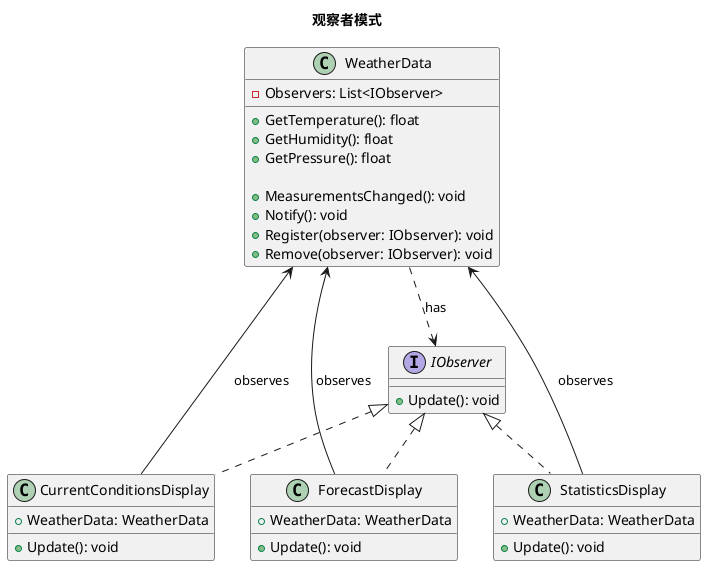
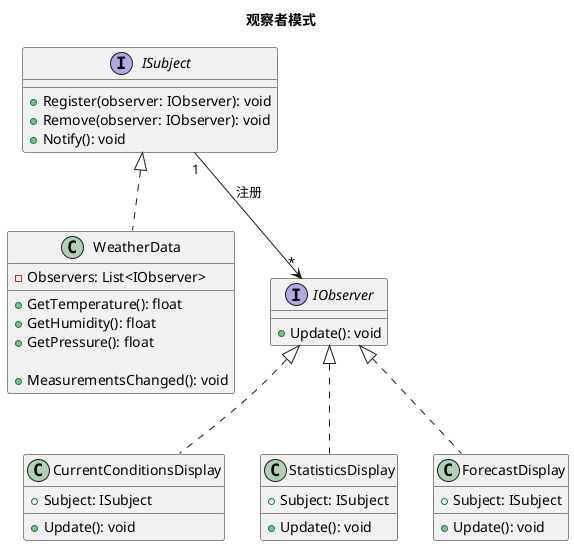
@startuml 观察者模式
title 观察者模式

- class WeatherData {
+ interface ISubject {
+     + Register(observer: IObserver): void
+     + Remove(observer: IObserver): void
+     + Notify(): void
+ }
+ 
+ class WeatherData implements ISubject {
    - Observers: List<IObserver>

    + GetTemperature(): float
    + GetHumidity(): float
    + GetPressure(): float

    + MeasurementsChanged(): void
-     + Notify(): void
-     + Register(observer: IObserver): void
-     + Remove(observer: IObserver): void
}

interface IObserver {
    + Update(): void
}

class CurrentConditionsDisplay implements IObserver {
-     + WeatherData: WeatherData
+     + Subject: ISubject
    + Update(): void
}

class StatisticsDisplay implements IObserver {
-     + WeatherData: WeatherData
+     + Subject: ISubject
    + Update(): void
}

class ForecastDisplay implements IObserver {
-     + WeatherData: WeatherData
+     + Subject: ISubject
    + Update(): void
}

- WeatherData ..> IObserver : has
- CurrentConditionsDisplay --> WeatherData : observes
- StatisticsDisplay --> WeatherData : observes
- ForecastDisplay --> WeatherData : observes
+ ISubject "1" --> "*" IObserver : 注册

@enduml